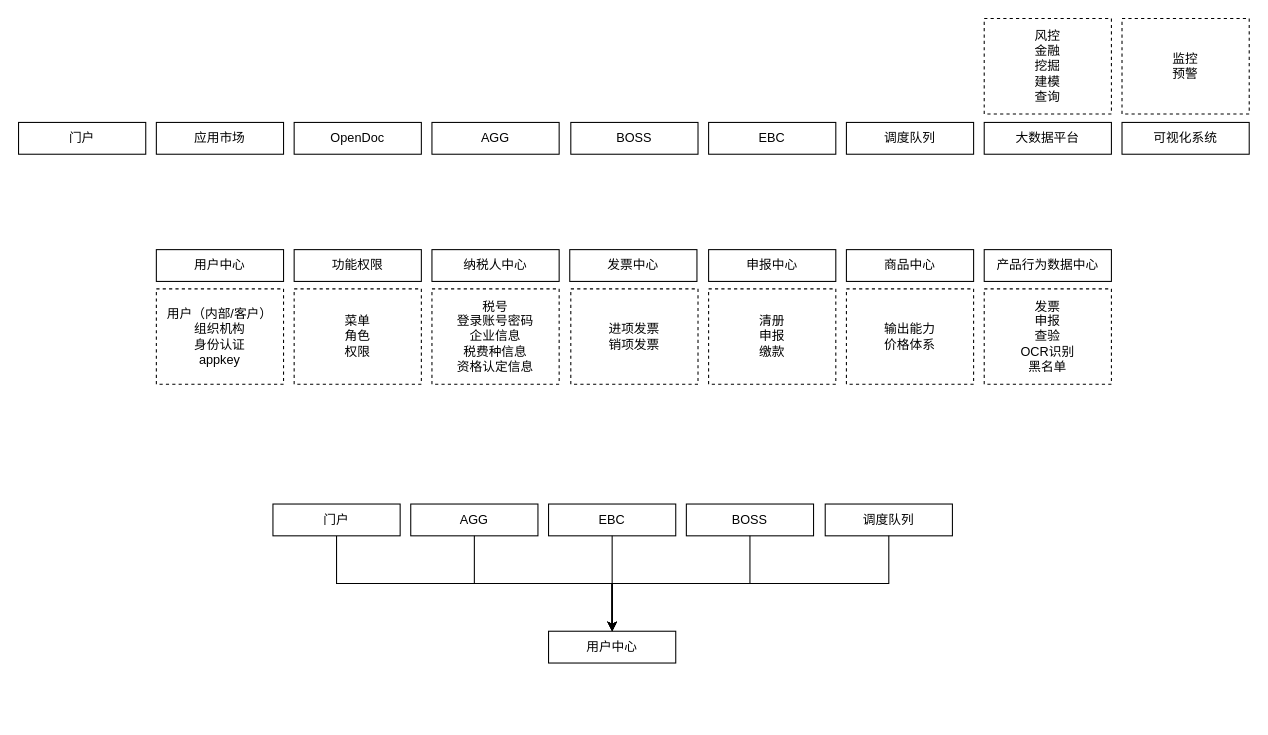
This is 基于Boss系统的基础框架.drawio from xingzhihe/hello-world, a draw.io file, before an edit. Source tidied: cells renumbered, new cells numbered last; positions are measured from the earlier drawing's top-left corner, leaving out a move shared by most shapes. Both pictures are drawn from the tidied source at 106%, with x=0, y=0 at pixel (18, 18).
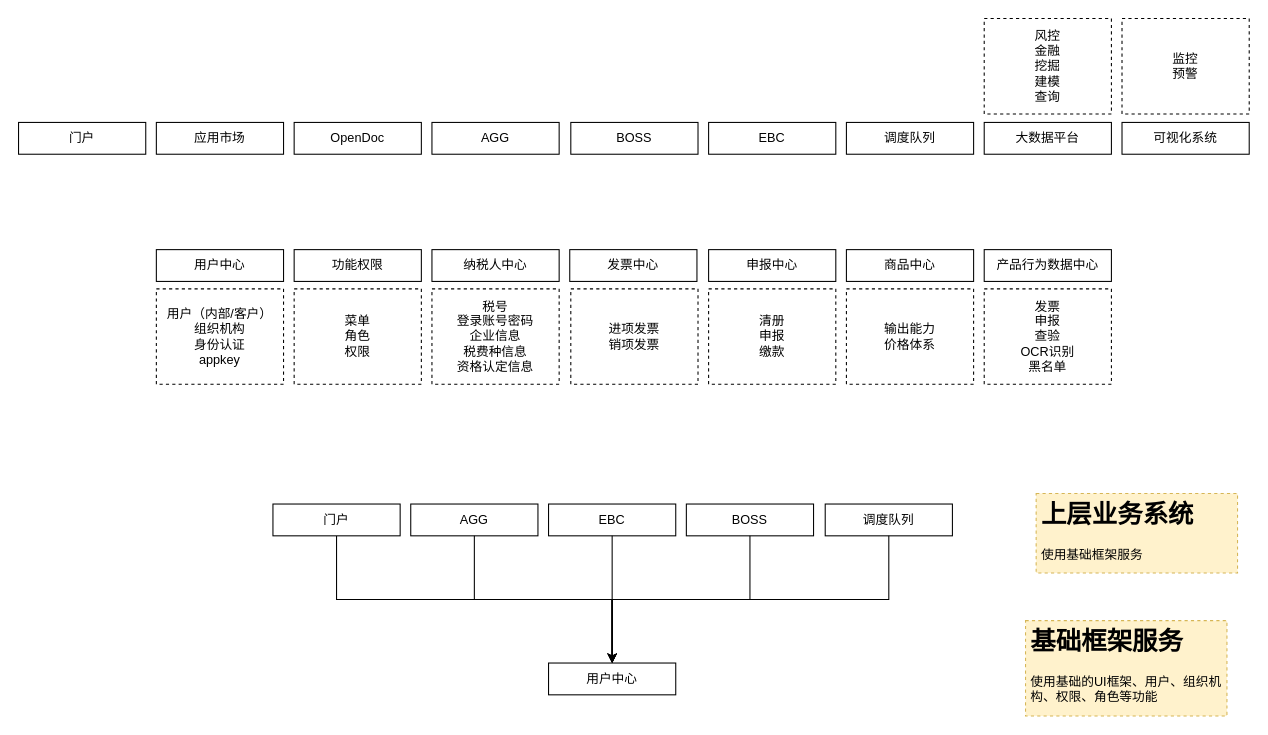
The same diagram, later.

Commit message (it also covers changes not shown here):
更新基于Boss系统的基础框架.drawio

What changed in the source:
```diff
@@
     <mxCell id="33" value="用户中心" style="rounded=0;whiteSpace=wrap;html=1;" parent="1" vertex="1">
-      <mxGeometry x="500" y="578" width="120" height="30" as="geometry" />
+      <mxGeometry x="500" y="608" width="120" height="30" as="geometry" />
     </mxCell>
@@
+    <mxCell id="38" value="&lt;h1&gt;上层业务系统&lt;/h1&gt;&lt;div&gt;使用基础框架服务&lt;/div&gt;" style="text;html=1;strokeColor=#d6b656;fillColor=#fff2cc;spacing=5;spacingTop=-20;whiteSpace=wrap;overflow=hidden;rounded=0;dashed=1;" parent="1" vertex="1">
+      <mxGeometry x="960" y="448" width="190" height="75" as="geometry" />
+    </mxCell>
+    <mxCell id="39" value="&lt;h1&gt;基础框架服务&lt;/h1&gt;&lt;div&gt;使用基础的UI框架、用户、组织机构、权限、角色等功能&lt;/div&gt;" style="text;html=1;strokeColor=#d6b656;fillColor=#fff2cc;spacing=5;spacingTop=-20;whiteSpace=wrap;overflow=hidden;rounded=0;dashed=1;" parent="1" vertex="1">
+      <mxGeometry x="950" y="568" width="190" height="90" as="geometry" />
+    </mxCell>
```
